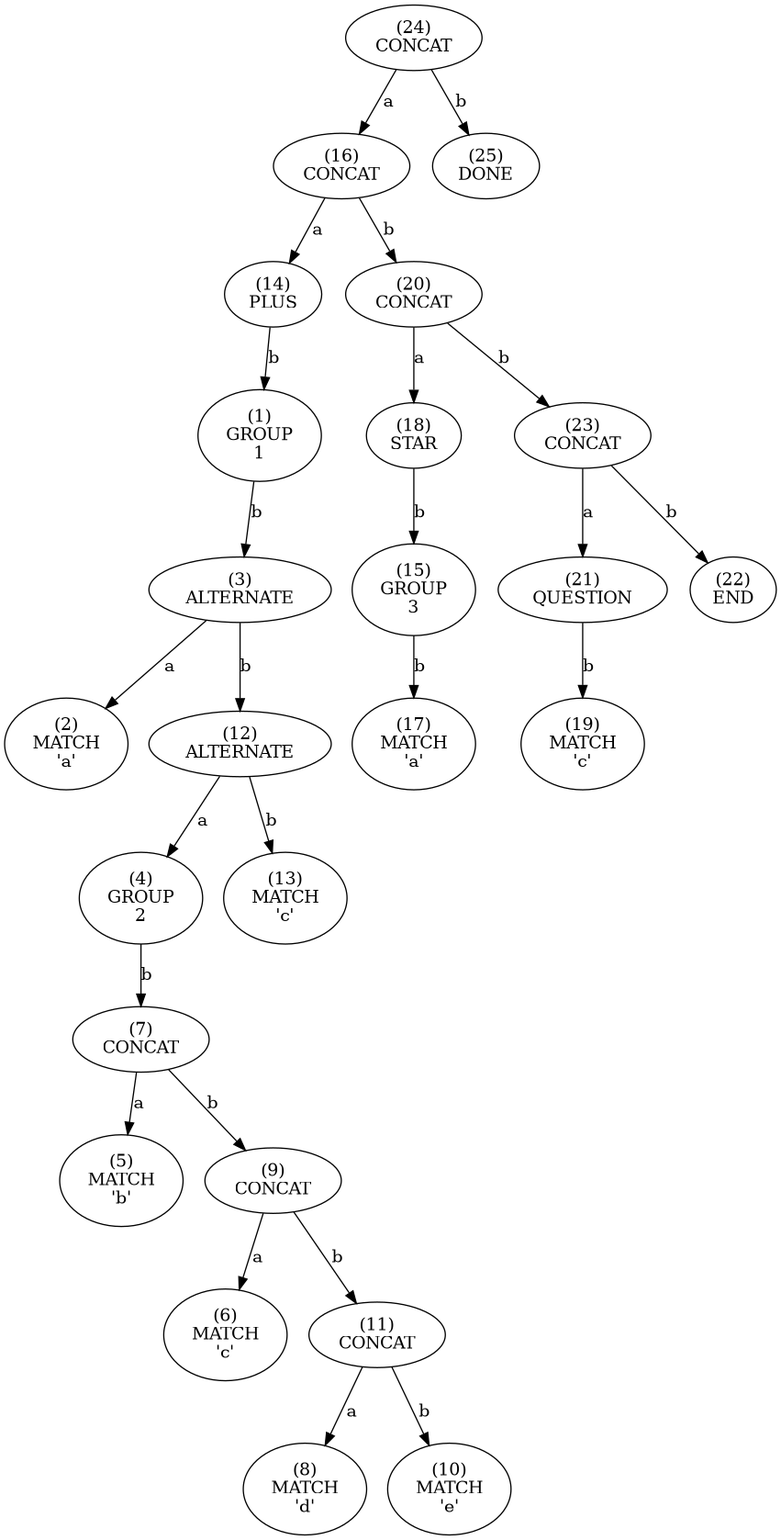
Above: tree.png in essele/rele (Graphviz), before the change. Its source is kept beside it as tree.dot.
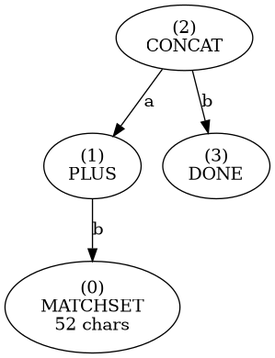
Later version of the same file.

Change to the diagram source:
```diff
@@ -1,101 +1,17 @@
 digraph tree {
-    n0xaf850a071710 [label="(24)
+    n0x4a8f0a0 [label="(2)
 CONCAT
 "];
-    n0xaf850a071710 -> n0xaf850a071590 [label="a"];
-    n0xaf850a071590 [label="(16)
-CONCAT
-"];
-    n0xaf850a071590 -> n0xaf850a071530 [label="a"];
-    n0xaf850a071530 [label="(14)
+    n0x4a8f0a0 -> n0x4a8f080 [label="a"];
+    n0x4a8f080 [label="(1)
 PLUS
 "];
-    n0xaf850a071530 -> n0xaf850a0712c0 [label="b"];
-    n0xaf850a0712c0 [label="(1)
-GROUP
-1"];
-    n0xaf850a0712c0 -> n0xaf850a071320 [label="b"];
-    n0xaf850a071320 [label="(3)
-ALTERNATE
-"];
-    n0xaf850a071320 -> n0xaf850a0712f0 [label="a"];
-    n0xaf850a0712f0 [label="(2)
-MATCH
-'a'"];
-    n0xaf850a071320 -> n0xaf850a0714d0 [label="b"];
-    n0xaf850a0714d0 [label="(12)
-ALTERNATE
-"];
-    n0xaf850a0714d0 -> n0xaf850a071350 [label="a"];
-    n0xaf850a071350 [label="(4)
-GROUP
-2"];
-    n0xaf850a071350 -> n0xaf850a0713e0 [label="b"];
-    n0xaf850a0713e0 [label="(7)
-CONCAT
-"];
-    n0xaf850a0713e0 -> n0xaf850a071380 [label="a"];
-    n0xaf850a071380 [label="(5)
-MATCH
-'b'"];
-    n0xaf850a0713e0 -> n0xaf850a071440 [label="b"];
-    n0xaf850a071440 [label="(9)
-CONCAT
-"];
-    n0xaf850a071440 -> n0xaf850a0713b0 [label="a"];
-    n0xaf850a0713b0 [label="(6)
-MATCH
-'c'"];
-    n0xaf850a071440 -> n0xaf850a0714a0 [label="b"];
-    n0xaf850a0714a0 [label="(11)
-CONCAT
-"];
-    n0xaf850a0714a0 -> n0xaf850a071410 [label="a"];
-    n0xaf850a071410 [label="(8)
-MATCH
-'d'"];
-    n0xaf850a0714a0 -> n0xaf850a071470 [label="b"];
-    n0xaf850a071470 [label="(10)
-MATCH
-'e'"];
-    n0xaf850a0714d0 -> n0xaf850a071500 [label="b"];
-    n0xaf850a071500 [label="(13)
-MATCH
-'c'"];
-    n0xaf850a071590 -> n0xaf850a071650 [label="b"];
-    n0xaf850a071650 [label="(20)
-CONCAT
-"];
-    n0xaf850a071650 -> n0xaf850a0715f0 [label="a"];
-    n0xaf850a0715f0 [label="(18)
-STAR
-"];
-    n0xaf850a0715f0 -> n0xaf850a071560 [label="b"];
-    n0xaf850a071560 [label="(15)
-GROUP
-3"];
-    n0xaf850a071560 -> n0xaf850a0715c0 [label="b"];
-    n0xaf850a0715c0 [label="(17)
-MATCH
-'a'"];
-    n0xaf850a071650 -> n0xaf850a0716e0 [label="b"];
-    n0xaf850a0716e0 [label="(23)
-CONCAT
-"];
-    n0xaf850a0716e0 -> n0xaf850a071680 [label="a"];
-    n0xaf850a071680 [label="(21)
-QUESTION
-"];
-    n0xaf850a071680 -> n0xaf850a071620 [label="b"];
-    n0xaf850a071620 [label="(19)
-MATCH
-'c'"];
-    n0xaf850a0716e0 -> n0xaf850a0716b0 [label="b"];
-    n0xaf850a0716b0 [label="(22)
-END
-"];
-    n0xaf850a071710 -> n0xaf850a071740 [label="b"];
-    n0xaf850a071740 [label="(25)
+    n0x4a8f080 -> n0x4a8f060 [label="b"];
+    n0x4a8f060 [label="(0)
+MATCHSET
+52 chars"];
+    n0x4a8f0a0 -> n0x4a8f0c0 [label="b"];
+    n0x4a8f0c0 [label="(3)
 DONE
 "];
 }
```
